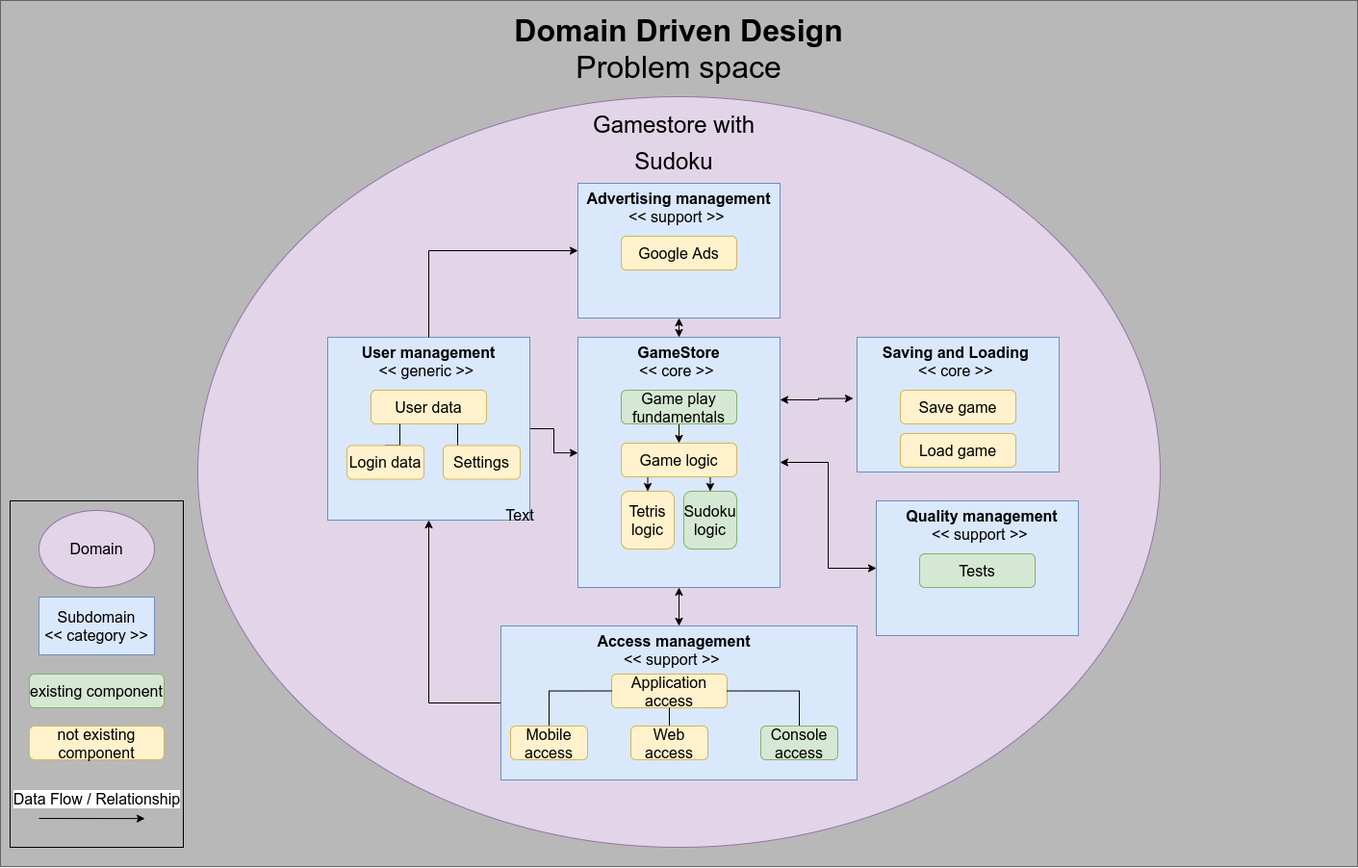
MaraAcuja/SudokuGame keeps this draw.io diagram as tasks/ddd_problem_space.png. Above is the earlier version. Source tidied: cells renumbered, new cells last; positions are measured from the earlier drawing's top-left corner, leaving out a move shared by most shapes. Source of this version:
```xml
<mxGraphModel>
  <root>
    <mxCell id="0" />
    <mxCell id="1" parent="0" />
    <mxCell id="2" style="rounded=0;whiteSpace=wrap;html=1;fillColor=#B8B8B8;strokeColor=#666666;fontColor=#333333;" parent="1" vertex="1">
      <mxGeometry width="1410" height="900" as="geometry" />
    </mxCell>
    <mxCell id="3" style="ellipse;whiteSpace=wrap;html=1;fillColor=#e1d5e7;strokeColor=#9673a6;" parent="1" vertex="1">
      <mxGeometry x="205" y="100" width="1000" height="780" as="geometry" />
    </mxCell>
    <mxCell id="4" value="&lt;font style=&quot;font-size: 32px&quot;&gt;&lt;b&gt;Domain Driven Design&lt;/b&gt;&lt;br&gt;Problem space&lt;br&gt;&lt;/font&gt;" style="text;html=1;strokeColor=none;fillColor=none;align=center;verticalAlign=middle;whiteSpace=wrap;rounded=0;" parent="1" vertex="1">
      <mxGeometry x="485" y="30" width="440" height="40" as="geometry" />
    </mxCell>
    <mxCell id="5" style="rounded=0;whiteSpace=wrap;html=1;fontSize=16;fillColor=#dae8fc;strokeColor=#6c8ebf;" parent="1" vertex="1">
      <mxGeometry x="600" y="350" width="210" height="260" as="geometry" />
    </mxCell>
    <mxCell id="6" value="&lt;b&gt;GameStore&lt;/b&gt;&lt;br&gt;&amp;lt;&amp;lt; core &amp;gt;&amp;gt;&amp;nbsp;" style="text;html=1;strokeColor=none;fillColor=none;align=center;verticalAlign=middle;whiteSpace=wrap;rounded=0;fontSize=16;" parent="1" vertex="1">
      <mxGeometry x="630" y="360" width="150" height="30" as="geometry" />
    </mxCell>
    <mxCell id="7" style="edgeStyle=orthogonalEdgeStyle;rounded=0;jettySize=auto;html=1;exitX=0.5;exitY=1;exitDx=0;exitDy=0;entryX=0.5;entryY=0;entryDx=0;entryDy=0;fontSize=16;" parent="1" edge="1" source="8" target="11">
      <mxGeometry relative="1" as="geometry" />
    </mxCell>
    <mxCell id="8" value="Game play fundamentals" style="rounded=1;whiteSpace=wrap;html=1;fontSize=16;fillColor=#d5e8d4;strokeColor=#82b366;" parent="1" vertex="1">
      <mxGeometry x="645" y="405" width="120" height="35" as="geometry" />
    </mxCell>
    <mxCell id="9" style="edgeStyle=orthogonalEdgeStyle;rounded=0;jettySize=auto;html=1;exitX=0.75;exitY=1;exitDx=0;exitDy=0;entryX=0.5;entryY=0;entryDx=0;entryDy=0;fontSize=16;" parent="1" edge="1" source="11" target="13">
      <mxGeometry relative="1" as="geometry" />
    </mxCell>
    <mxCell id="10" style="edgeStyle=orthogonalEdgeStyle;rounded=0;jettySize=auto;html=1;exitX=0.25;exitY=1;exitDx=0;exitDy=0;entryX=0.5;entryY=0;entryDx=0;entryDy=0;fontSize=16;" parent="1" edge="1" source="11" target="12">
      <mxGeometry relative="1" as="geometry" />
    </mxCell>
    <mxCell id="11" value="Game logic" style="rounded=1;whiteSpace=wrap;html=1;fontSize=16;fillColor=#fff2cc;strokeColor=#d6b656;" parent="1" vertex="1">
      <mxGeometry x="645" y="460" width="120" height="35" as="geometry" />
    </mxCell>
    <mxCell id="12" value="Tetris logic" style="rounded=1;whiteSpace=wrap;html=1;fontSize=16;fillColor=#fff2cc;strokeColor=#d6b656;" parent="1" vertex="1">
      <mxGeometry x="645" y="510" width="55" height="60" as="geometry" />
    </mxCell>
    <mxCell id="13" value="Sudoku logic" style="rounded=1;whiteSpace=wrap;html=1;fontSize=16;fillColor=#d5e8d4;strokeColor=#82b366;" parent="1" vertex="1">
      <mxGeometry x="710" y="510" width="55" height="60" as="geometry" />
    </mxCell>
    <mxCell id="14" style="edgeStyle=orthogonalEdgeStyle;rounded=0;jettySize=auto;html=1;exitX=1;exitY=0.5;exitDx=0;exitDy=0;entryX=0;entryY=0.462;entryDx=0;entryDy=0;entryPerimeter=0;fontSize=16;endArrow=classic;endFill=1;startArrow=none;startFill=0;" parent="1" edge="1" source="16" target="5">
      <mxGeometry relative="1" as="geometry" />
    </mxCell>
    <mxCell id="15" style="edgeStyle=orthogonalEdgeStyle;rounded=0;jettySize=auto;html=1;exitX=0.5;exitY=1;exitDx=0;exitDy=0;entryX=0;entryY=0.5;entryDx=0;entryDy=0;fontSize=16;startArrow=classic;startFill=1;endArrow=none;endFill=0;" parent="1" edge="1" source="16" target="24">
      <mxGeometry relative="1" as="geometry" />
    </mxCell>
    <mxCell id="16" style="rounded=0;whiteSpace=wrap;html=1;fontSize=16;fillColor=#dae8fc;strokeColor=#6c8ebf;" parent="1" vertex="1">
      <mxGeometry x="340" y="350" width="210" height="190" as="geometry" />
    </mxCell>
    <mxCell id="17" value="&lt;b&gt;User management&lt;/b&gt;&lt;br&gt;&amp;lt;&amp;lt; generic &amp;gt;&amp;gt;&amp;nbsp;" style="text;html=1;strokeColor=none;fillColor=none;align=center;verticalAlign=middle;whiteSpace=wrap;rounded=0;fontSize=16;" parent="1" vertex="1">
      <mxGeometry x="370" y="360" width="150" height="30" as="geometry" />
    </mxCell>
    <mxCell id="18" value="User data" style="rounded=1;whiteSpace=wrap;html=1;fontSize=16;fillColor=#fff2cc;strokeColor=#d6b656;" parent="1" vertex="1">
      <mxGeometry x="385" y="405" width="120" height="35" as="geometry" />
    </mxCell>
    <mxCell id="19" style="edgeStyle=orthogonalEdgeStyle;rounded=0;jettySize=auto;html=1;exitX=0.5;exitY=0;exitDx=0;exitDy=0;entryX=0.25;entryY=1;entryDx=0;entryDy=0;fontSize=16;endArrow=none;endFill=0;" parent="1" edge="1" source="20" target="18">
      <mxGeometry relative="1" as="geometry" />
    </mxCell>
    <mxCell id="20" value="Login data" style="rounded=1;whiteSpace=wrap;html=1;fontSize=16;fillColor=#fff2cc;strokeColor=#d6b656;" parent="1" vertex="1">
      <mxGeometry x="360" y="462.5" width="80" height="35" as="geometry" />
    </mxCell>
    <mxCell id="21" style="edgeStyle=orthogonalEdgeStyle;rounded=0;jettySize=auto;html=1;entryX=0.75;entryY=1;entryDx=0;entryDy=0;fontSize=16;endArrow=none;endFill=0;" parent="1" edge="1" source="22" target="18">
      <mxGeometry relative="1" as="geometry">
        <Array as="points">
          <mxPoint x="475" y="460" />
          <mxPoint x="475" y="460" />
        </Array>
      </mxGeometry>
    </mxCell>
    <mxCell id="22" value="Settings" style="rounded=1;whiteSpace=wrap;html=1;fontSize=16;fillColor=#fff2cc;strokeColor=#d6b656;" parent="1" vertex="1">
      <mxGeometry x="460" y="462.5" width="80" height="35" as="geometry" />
    </mxCell>
    <mxCell id="23" style="edgeStyle=orthogonalEdgeStyle;rounded=0;jettySize=auto;html=1;exitX=0.5;exitY=0;exitDx=0;exitDy=0;entryX=0.5;entryY=1;entryDx=0;entryDy=0;fontSize=16;startArrow=classic;startFill=1;endArrow=classic;endFill=1;" parent="1" edge="1" source="24" target="5">
      <mxGeometry relative="1" as="geometry" />
    </mxCell>
    <mxCell id="24" style="rounded=0;whiteSpace=wrap;html=1;fontSize=16;fillColor=#dae8fc;strokeColor=#6c8ebf;" parent="1" vertex="1">
      <mxGeometry x="520" y="650" width="370" height="160" as="geometry" />
    </mxCell>
    <mxCell id="25" value="&lt;b&gt;Access management&lt;/b&gt;&lt;br&gt;&amp;lt;&amp;lt; support &amp;gt;&amp;gt;&amp;nbsp;" style="text;html=1;strokeColor=none;fillColor=none;align=center;verticalAlign=middle;whiteSpace=wrap;rounded=0;fontSize=16;" parent="1" vertex="1">
      <mxGeometry x="590" y="660" width="220" height="30" as="geometry" />
    </mxCell>
    <mxCell id="26" value="Application access" style="rounded=1;whiteSpace=wrap;html=1;fontSize=16;fillColor=#fff2cc;strokeColor=#d6b656;" parent="1" vertex="1">
      <mxGeometry x="635" y="700" width="120" height="35" as="geometry" />
    </mxCell>
    <mxCell id="27" style="edgeStyle=orthogonalEdgeStyle;rounded=0;jettySize=auto;html=1;exitX=0.5;exitY=0;exitDx=0;exitDy=0;entryX=0;entryY=0.5;entryDx=0;entryDy=0;fontSize=16;startArrow=none;startFill=0;endArrow=none;endFill=0;" parent="1" edge="1" source="28" target="26">
      <mxGeometry relative="1" as="geometry" />
    </mxCell>
    <mxCell id="28" value="Mobile access" style="rounded=1;whiteSpace=wrap;html=1;fontSize=16;fillColor=#fff2cc;strokeColor=#d6b656;" parent="1" vertex="1">
      <mxGeometry x="530" y="754" width="80" height="35" as="geometry" />
    </mxCell>
    <mxCell id="29" style="edgeStyle=orthogonalEdgeStyle;rounded=0;jettySize=auto;html=1;exitX=0.5;exitY=0;exitDx=0;exitDy=0;entryX=0.5;entryY=1;entryDx=0;entryDy=0;fontSize=16;startArrow=none;startFill=0;endArrow=none;endFill=0;" parent="1" edge="1" source="30" target="26">
      <mxGeometry relative="1" as="geometry" />
    </mxCell>
    <mxCell id="30" value="Web access" style="rounded=1;whiteSpace=wrap;html=1;fontSize=16;fillColor=#fff2cc;strokeColor=#d6b656;" parent="1" vertex="1">
      <mxGeometry x="655" y="754" width="80" height="35" as="geometry" />
    </mxCell>
    <mxCell id="31" style="edgeStyle=orthogonalEdgeStyle;rounded=0;jettySize=auto;html=1;exitX=0.5;exitY=0;exitDx=0;exitDy=0;entryX=1;entryY=0.5;entryDx=0;entryDy=0;fontSize=16;startArrow=none;startFill=0;endArrow=none;endFill=0;" parent="1" edge="1" source="32" target="26">
      <mxGeometry relative="1" as="geometry" />
    </mxCell>
    <mxCell id="32" value="Console access" style="rounded=1;whiteSpace=wrap;html=1;fontSize=16;fillColor=#d5e8d4;strokeColor=#82b366;" parent="1" vertex="1">
      <mxGeometry x="790" y="754" width="80" height="35" as="geometry" />
    </mxCell>
    <mxCell id="33" style="edgeStyle=orthogonalEdgeStyle;rounded=0;jettySize=auto;html=1;entryX=1;entryY=0.5;entryDx=0;entryDy=0;fontSize=16;startArrow=classic;startFill=1;endArrow=classic;endFill=1;" parent="1" edge="1" source="34" target="5">
      <mxGeometry relative="1" as="geometry" />
    </mxCell>
    <mxCell id="34" style="rounded=0;whiteSpace=wrap;html=1;fontSize=16;fillColor=#dae8fc;strokeColor=#6c8ebf;" parent="1" vertex="1">
      <mxGeometry x="910" y="520" width="210" height="140" as="geometry" />
    </mxCell>
    <mxCell id="35" value="&lt;b&gt;Quality management&lt;/b&gt;&lt;br&gt;&amp;lt;&amp;lt; support &amp;gt;&amp;gt;&amp;nbsp;" style="text;html=1;strokeColor=none;fillColor=none;align=center;verticalAlign=middle;whiteSpace=wrap;rounded=0;fontSize=16;" parent="1" vertex="1">
      <mxGeometry x="930" y="530" width="180" height="30" as="geometry" />
    </mxCell>
    <mxCell id="36" value="Tests" style="rounded=1;whiteSpace=wrap;html=1;fontSize=16;fillColor=#d5e8d4;strokeColor=#82b366;" parent="1" vertex="1">
      <mxGeometry x="955" y="575" width="120" height="35" as="geometry" />
    </mxCell>
    <mxCell id="37" style="edgeStyle=orthogonalEdgeStyle;rounded=0;jettySize=auto;html=1;exitX=0.5;exitY=1;exitDx=0;exitDy=0;entryX=0.5;entryY=0;entryDx=0;entryDy=0;fontSize=16;startArrow=classic;startFill=1;endArrow=classic;endFill=1;" parent="1" edge="1" source="39" target="5">
      <mxGeometry relative="1" as="geometry" />
    </mxCell>
    <mxCell id="38" style="edgeStyle=orthogonalEdgeStyle;rounded=0;jettySize=auto;html=1;exitX=0;exitY=0.5;exitDx=0;exitDy=0;entryX=0.5;entryY=0;entryDx=0;entryDy=0;fontSize=16;startArrow=classic;startFill=1;endArrow=none;endFill=0;" parent="1" edge="1" source="39" target="16">
      <mxGeometry relative="1" as="geometry" />
    </mxCell>
    <mxCell id="39" style="rounded=0;whiteSpace=wrap;html=1;fontSize=16;fillColor=#dae8fc;strokeColor=#6c8ebf;" parent="1" vertex="1">
      <mxGeometry x="600" y="190" width="210" height="140" as="geometry" />
    </mxCell>
    <mxCell id="40" value="&lt;b&gt;Advertising management&lt;/b&gt;&lt;br&gt;&amp;lt;&amp;lt; support &amp;gt;&amp;gt;&amp;nbsp;" style="text;html=1;strokeColor=none;fillColor=none;align=center;verticalAlign=middle;whiteSpace=wrap;rounded=0;fontSize=16;" parent="1" vertex="1">
      <mxGeometry x="605" y="200" width="200" height="30" as="geometry" />
    </mxCell>
    <mxCell id="41" value="Google Ads" style="rounded=1;whiteSpace=wrap;html=1;fontSize=16;fillColor=#fff2cc;strokeColor=#d6b656;" parent="1" vertex="1">
      <mxGeometry x="645" y="245" width="120" height="35" as="geometry" />
    </mxCell>
    <mxCell id="42" style="edgeStyle=orthogonalEdgeStyle;rounded=0;jettySize=auto;html=1;exitX=-0.019;exitY=0.454;exitDx=0;exitDy=0;entryX=1;entryY=0.25;entryDx=0;entryDy=0;fontSize=16;startArrow=classic;startFill=1;endArrow=classic;endFill=1;exitPerimeter=0;" parent="1" edge="1" source="43" target="5">
      <mxGeometry relative="1" as="geometry" />
    </mxCell>
    <mxCell id="43" style="rounded=0;whiteSpace=wrap;html=1;fontSize=16;fillColor=#dae8fc;strokeColor=#6c8ebf;" parent="1" vertex="1">
      <mxGeometry x="890" y="350" width="210" height="140" as="geometry" />
    </mxCell>
    <mxCell id="44" value="&lt;b&gt;Saving and Loading&amp;nbsp;&lt;/b&gt;&lt;br&gt;&amp;lt;&amp;lt; core &amp;gt;&amp;gt;&amp;nbsp;" style="text;html=1;strokeColor=none;fillColor=none;align=center;verticalAlign=middle;whiteSpace=wrap;rounded=0;fontSize=16;" parent="1" vertex="1">
      <mxGeometry x="895" y="360" width="200" height="30" as="geometry" />
    </mxCell>
    <mxCell id="45" value="Save game" style="rounded=1;whiteSpace=wrap;html=1;fontSize=16;fillColor=#fff2cc;strokeColor=#d6b656;" parent="1" vertex="1">
      <mxGeometry x="935" y="405" width="120" height="35" as="geometry" />
    </mxCell>
    <mxCell id="46" value="Load game" style="rounded=1;whiteSpace=wrap;html=1;fontSize=16;fillColor=#fff2cc;strokeColor=#d6b656;" parent="1" vertex="1">
      <mxGeometry x="935" y="450" width="120" height="35" as="geometry" />
    </mxCell>
    <mxCell id="47" style="rounded=0;whiteSpace=wrap;html=1;fontSize=16;fillColor=none;" parent="1" vertex="1">
      <mxGeometry x="10" y="520" width="180" height="360" as="geometry" />
    </mxCell>
    <mxCell id="48" value="Text" style="text;html=1;strokeColor=none;fillColor=none;align=center;verticalAlign=middle;whiteSpace=wrap;rounded=0;fontSize=16;" parent="1" vertex="1">
      <mxGeometry x="510" y="520" width="60" height="30" as="geometry" />
    </mxCell>
    <mxCell id="49" value="Domain" style="ellipse;whiteSpace=wrap;html=1;fontSize=16;fillColor=#e1d5e7;strokeColor=#9673a6;" parent="1" vertex="1">
      <mxGeometry x="40" y="530" width="120" height="80" as="geometry" />
    </mxCell>
    <mxCell id="50" value="Subdomain&lt;br&gt;&amp;lt;&amp;lt; category &amp;gt;&amp;gt;" style="rounded=0;whiteSpace=wrap;html=1;fontSize=16;fillColor=#dae8fc;strokeColor=#6c8ebf;" parent="1" vertex="1">
      <mxGeometry x="40" y="620" width="120" height="60" as="geometry" />
    </mxCell>
    <mxCell id="51" value="not existing component" style="rounded=1;whiteSpace=wrap;html=1;fontSize=16;fillColor=#fff2cc;strokeColor=#d6b656;" parent="1" vertex="1">
      <mxGeometry x="30" y="754" width="140" height="35" as="geometry" />
    </mxCell>
    <mxCell id="52" value="existing component" style="rounded=1;whiteSpace=wrap;html=1;fontSize=16;fillColor=#d5e8d4;strokeColor=#82b366;" parent="1" vertex="1">
      <mxGeometry x="30" y="700" width="140" height="35" as="geometry" />
    </mxCell>
    <mxCell id="53" value="Data Flow / Relationship" style="endArrow=classic;html=1;rounded=0;fontSize=16;entryX=0.778;entryY=0.917;entryDx=0;entryDy=0;entryPerimeter=0;" parent="1" edge="1" target="47">
      <mxGeometry x="0.09" y="20" relative="1" as="geometry">
        <mxPoint x="40" y="850" as="sourcePoint" />
      </mxGeometry>
    </mxCell>
    <mxCell id="54" value="&lt;font style=&quot;font-size: 24px&quot;&gt;Gamestore with Sudoku&lt;/font&gt;" style="text;html=1;strokeColor=none;fillColor=none;align=center;verticalAlign=middle;whiteSpace=wrap;rounded=0;fontSize=32;" parent="1" vertex="1">
      <mxGeometry x="601.2" y="130" width="197.5" height="30" as="geometry" />
    </mxCell>
  </root>
</mxGraphModel>
```
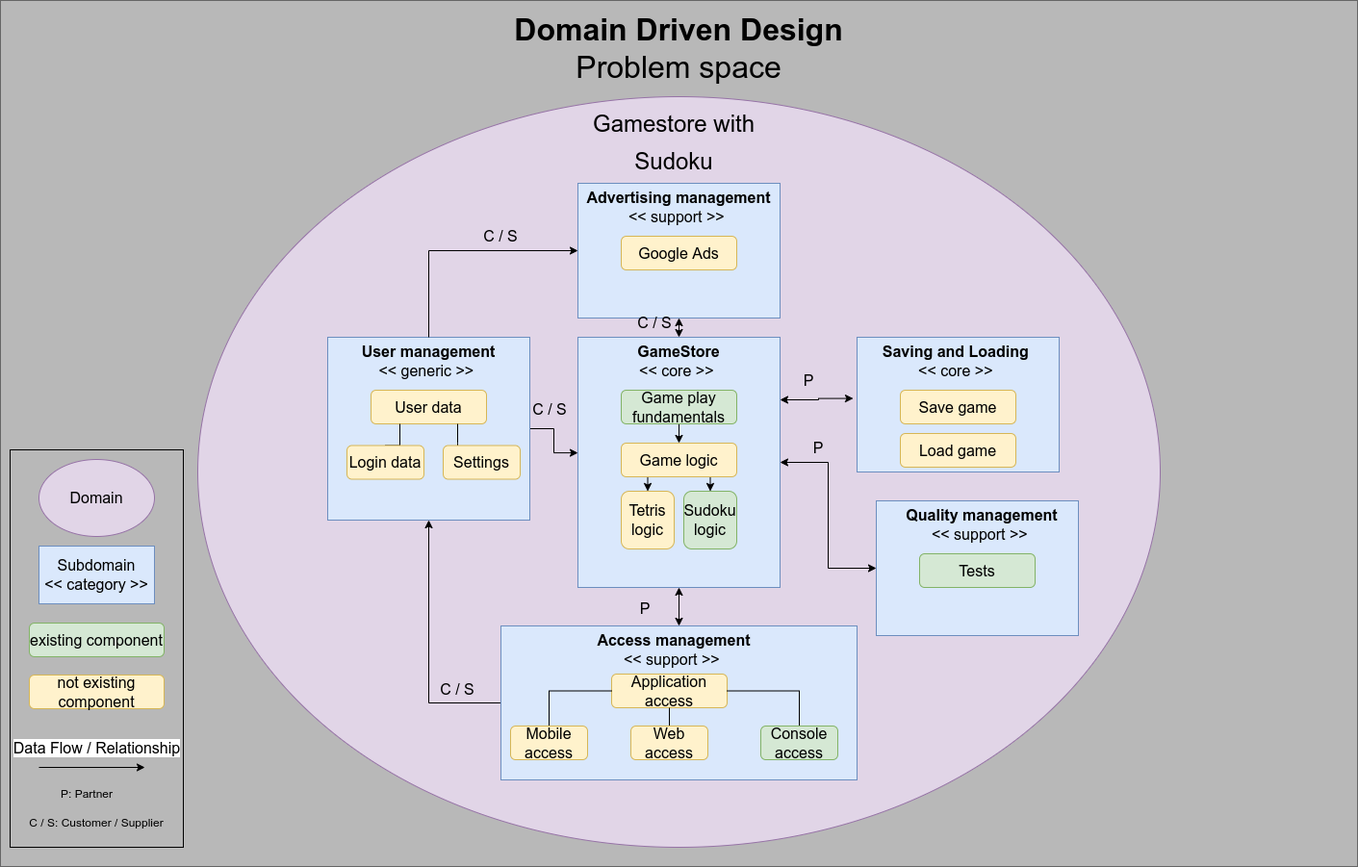
The same diagram one commit later.

The edit, as a diff of the source:
```diff
@@ -143,30 +143,55 @@
       <mxGeometry x="935" y="450" width="120" height="35" as="geometry" />
     </mxCell>
     <mxCell id="47" style="rounded=0;whiteSpace=wrap;html=1;fontSize=16;fillColor=none;" parent="1" vertex="1">
-      <mxGeometry x="10" y="520" width="180" height="360" as="geometry" />
+      <mxGeometry x="10" y="467" width="180" height="413" as="geometry" />
     </mxCell>
-    <mxCell id="48" value="Text" style="text;html=1;strokeColor=none;fillColor=none;align=center;verticalAlign=middle;whiteSpace=wrap;rounded=0;fontSize=16;" parent="1" vertex="1">
-      <mxGeometry x="510" y="520" width="60" height="30" as="geometry" />
+    <mxCell id="48" value="P" style="text;html=1;strokeColor=none;fillColor=none;align=center;verticalAlign=middle;whiteSpace=wrap;rounded=0;fontSize=16;" parent="1" vertex="1">
+      <mxGeometry x="820" y="450" width="60" height="30" as="geometry" />
     </mxCell>
     <mxCell id="49" value="Domain" style="ellipse;whiteSpace=wrap;html=1;fontSize=16;fillColor=#e1d5e7;strokeColor=#9673a6;" parent="1" vertex="1">
-      <mxGeometry x="40" y="530" width="120" height="80" as="geometry" />
+      <mxGeometry x="40" y="477" width="120" height="80" as="geometry" />
     </mxCell>
     <mxCell id="50" value="Subdomain&lt;br&gt;&amp;lt;&amp;lt; category &amp;gt;&amp;gt;" style="rounded=0;whiteSpace=wrap;html=1;fontSize=16;fillColor=#dae8fc;strokeColor=#6c8ebf;" parent="1" vertex="1">
-      <mxGeometry x="40" y="620" width="120" height="60" as="geometry" />
+      <mxGeometry x="40" y="567" width="120" height="60" as="geometry" />
     </mxCell>
     <mxCell id="51" value="not existing component" style="rounded=1;whiteSpace=wrap;html=1;fontSize=16;fillColor=#fff2cc;strokeColor=#d6b656;" parent="1" vertex="1">
-      <mxGeometry x="30" y="754" width="140" height="35" as="geometry" />
+      <mxGeometry x="30" y="701" width="140" height="35" as="geometry" />
     </mxCell>
     <mxCell id="52" value="existing component" style="rounded=1;whiteSpace=wrap;html=1;fontSize=16;fillColor=#d5e8d4;strokeColor=#82b366;" parent="1" vertex="1">
-      <mxGeometry x="30" y="700" width="140" height="35" as="geometry" />
+      <mxGeometry x="30" y="647" width="140" height="35" as="geometry" />
     </mxCell>
-    <mxCell id="53" value="Data Flow / Relationship" style="endArrow=classic;html=1;rounded=0;fontSize=16;entryX=0.778;entryY=0.917;entryDx=0;entryDy=0;entryPerimeter=0;" parent="1" edge="1" target="47">
+    <mxCell id="53" value="Data Flow / Relationship" style="endArrow=classic;html=1;rounded=0;fontSize=16;" parent="1" edge="1">
       <mxGeometry x="0.09" y="20" relative="1" as="geometry">
-        <mxPoint x="40" y="850" as="sourcePoint" />
+        <mxPoint x="40" y="797" as="sourcePoint" />
+        <mxPoint x="150" y="797" as="targetPoint" />
       </mxGeometry>
     </mxCell>
     <mxCell id="54" value="&lt;font style=&quot;font-size: 24px&quot;&gt;Gamestore with Sudoku&lt;/font&gt;" style="text;html=1;strokeColor=none;fillColor=none;align=center;verticalAlign=middle;whiteSpace=wrap;rounded=0;fontSize=32;" parent="1" vertex="1">
       <mxGeometry x="601.2" y="130" width="197.5" height="30" as="geometry" />
     </mxCell>
+    <mxCell id="55" value="P: Partner" style="text;html=1;strokeColor=none;fillColor=none;align=center;verticalAlign=middle;whiteSpace=wrap;rounded=0;" parent="1" vertex="1">
+      <mxGeometry x="60" y="810" width="60" height="30" as="geometry" />
+    </mxCell>
+    <mxCell id="56" value="C / S: Customer / Supplier" style="text;html=1;strokeColor=none;fillColor=none;align=center;verticalAlign=middle;whiteSpace=wrap;rounded=0;" parent="1" vertex="1">
+      <mxGeometry x="20" y="840" width="160" height="30" as="geometry" />
+    </mxCell>
+    <mxCell id="57" value="C / S" style="text;html=1;strokeColor=none;fillColor=none;align=center;verticalAlign=middle;whiteSpace=wrap;rounded=0;fontSize=16;" parent="1" vertex="1">
+      <mxGeometry x="650" y="320" width="60" height="30" as="geometry" />
+    </mxCell>
+    <mxCell id="58" value="P" style="text;html=1;strokeColor=none;fillColor=none;align=center;verticalAlign=middle;whiteSpace=wrap;rounded=0;fontSize=16;" parent="1" vertex="1">
+      <mxGeometry x="810" y="380" width="60" height="30" as="geometry" />
+    </mxCell>
+    <mxCell id="59" value="C / S" style="text;html=1;strokeColor=none;fillColor=none;align=center;verticalAlign=middle;whiteSpace=wrap;rounded=0;fontSize=16;" parent="1" vertex="1">
+      <mxGeometry x="490" y="230" width="60" height="30" as="geometry" />
+    </mxCell>
+    <mxCell id="60" value="C / S" style="text;html=1;strokeColor=none;fillColor=none;align=center;verticalAlign=middle;whiteSpace=wrap;rounded=0;fontSize=16;" parent="1" vertex="1">
+      <mxGeometry x="445" y="701" width="60" height="30" as="geometry" />
+    </mxCell>
+    <mxCell id="61" value="P" style="text;html=1;strokeColor=none;fillColor=none;align=center;verticalAlign=middle;whiteSpace=wrap;rounded=0;fontSize=16;" parent="1" vertex="1">
+      <mxGeometry x="640" y="617" width="60" height="30" as="geometry" />
+    </mxCell>
+    <mxCell id="62" value="C / S" style="text;html=1;strokeColor=none;fillColor=none;align=center;verticalAlign=middle;whiteSpace=wrap;rounded=0;fontSize=16;" parent="1" vertex="1">
+      <mxGeometry x="541.2" y="410" width="60" height="30" as="geometry" />
+    </mxCell>
   </root>
 </mxGraphModel>
```
